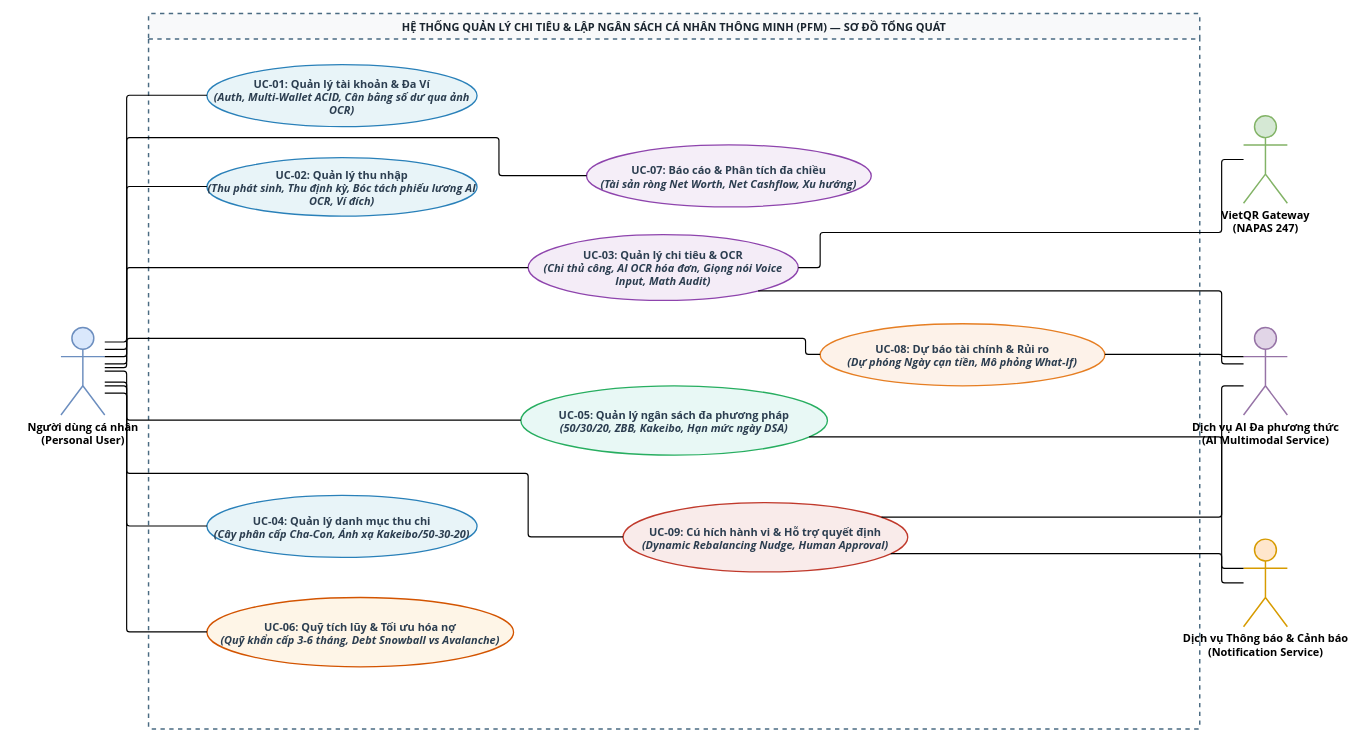
Before: page "UCD 00 - Tổng Quát" (1 of 10) of files/UCD-DuoNoPro.drawio in Datgh37/analyze-system-subject, a draw.io diagram. Source tidied: cells renumbered, new cells numbered last; positions are measured from the earlier drawing's top-left corner, leaving out a move shared by most shapes. Both pictures are drawn from the tidied source at 73%, with x=0, y=0 at pixel (61, 13).
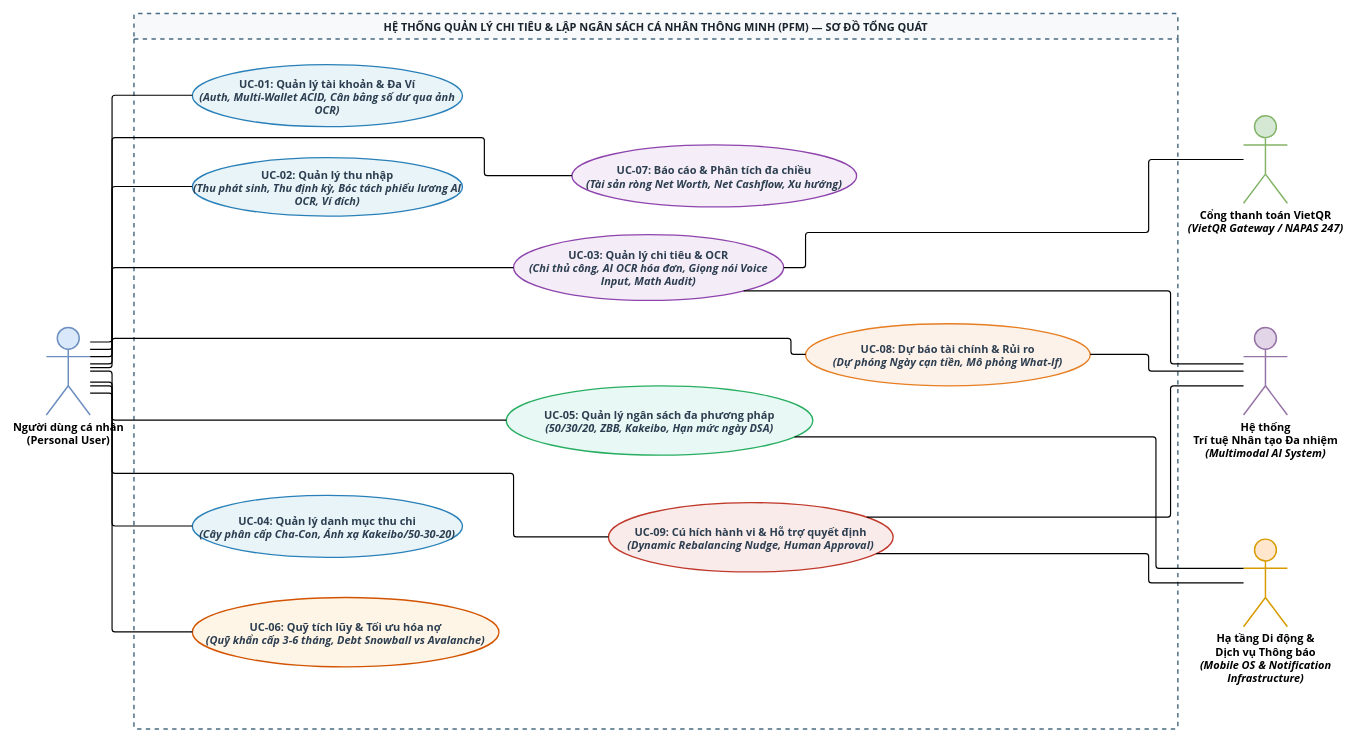
The same page after the edit.

Unchanged cells that the change refers to:
```xml
<mxCell id="6" value="&lt;b&gt;UC-01: Quản lý tài khoản &amp;amp; Đa Ví&lt;/b&gt;&lt;br&gt;&lt;i&gt;(Auth, Multi-Wallet ACID, Cân bằng số dư qua ảnh OCR)&lt;/i&gt;" style="ellipse;whiteSpace=wrap;html=1;fillColor=#e8f4f8;strokeColor=#2980b9;strokeWidth=1.8;fontFamily=Segoe UI, Arial, sans-serif;fontSize=15;fontStyle=1;fontColor=#2c3e50;" parent="5" vertex="1">
  <mxGeometry x="80" y="70" width="370" height="85" as="geometry" />
</mxCell>
<mxCell id="7" value="&lt;b&gt;UC-02: Quản lý thu nhập&lt;/b&gt;&lt;br&gt;&lt;i&gt;(Thu phát sinh, Thu định kỳ, Bóc tách phiếu lương AI OCR, Ví đích)&lt;/i&gt;" style="ellipse;whiteSpace=wrap;html=1;fillColor=#e8f4f8;strokeColor=#2980b9;strokeWidth=1.8;fontFamily=Segoe UI, Arial, sans-serif;fontSize=15;fontStyle=1;fontColor=#2c3e50;" parent="5" vertex="1">
  <mxGeometry x="80" y="197.5" width="370" height="80" as="geometry" />
</mxCell>
<mxCell id="8" value="&lt;b&gt;UC-03: Quản lý chi tiêu &amp;amp; OCR&lt;/b&gt;&lt;br&gt;&lt;i&gt;(Chi thủ công, AI OCR hóa đơn, Giọng nói Voice Input, Math Audit)&lt;/i&gt;" style="ellipse;whiteSpace=wrap;html=1;fillColor=#f4ecf7;strokeColor=#8e44ad;strokeWidth=1.8;fontFamily=Segoe UI, Arial, sans-serif;fontSize=15;fontStyle=1;fontColor=#2c3e50;" parent="5" vertex="1">
  <mxGeometry x="520" y="303" width="370" height="90" as="geometry" />
</mxCell>
<mxCell id="9" value="&lt;b&gt;UC-04: Quản lý danh mục thu chi&lt;/b&gt;&lt;br&gt;&lt;i&gt;(Cây phân cấp Cha-Con, Ánh xạ Kakeibo/50-30-20)&lt;/i&gt;" style="ellipse;whiteSpace=wrap;html=1;fillColor=#e8f4f8;strokeColor=#2980b9;strokeWidth=1.8;fontFamily=Segoe UI, Arial, sans-serif;fontSize=15;fontStyle=1;fontColor=#2c3e50;" parent="5" vertex="1">
  <mxGeometry x="80" y="660" width="370" height="85" as="geometry" />
</mxCell>
<mxCell id="10" value="&lt;b&gt;UC-06: Quỹ tích lũy &amp;amp; Tối ưu hóa nợ&lt;/b&gt;&lt;br&gt;&lt;i&gt;(Quỹ khẩn cấp 3-6 tháng, Debt Snowball vs Avalanche)&lt;/i&gt;" style="ellipse;whiteSpace=wrap;html=1;fillColor=#fef5e7;strokeColor=#d35400;strokeWidth=1.8;fontFamily=Segoe UI, Arial, sans-serif;fontSize=15;fontStyle=1;fontColor=#2c3e50;" parent="5" vertex="1">
  <mxGeometry x="80" y="800" width="420" height="95" as="geometry" />
</mxCell>
<mxCell id="11" value="&lt;b&gt;UC-07: Báo cáo &amp;amp; Phân tích đa chiều&lt;/b&gt;&lt;br&gt;&lt;i&gt;(Tài sản ròng Net Worth, Net Cashflow, Xu hướng)&lt;/i&gt;" style="ellipse;whiteSpace=wrap;html=1;fillColor=#f5eef8;strokeColor=#8e44ad;strokeWidth=1.8;fontFamily=Segoe UI, Arial, sans-serif;fontSize=15;fontStyle=1;fontColor=#2c3e50;" parent="5" vertex="1">
  <mxGeometry x="600" y="180" width="390" height="85" as="geometry" />
</mxCell>
<mxCell id="12" value="&lt;b&gt;UC-08: Dự báo tài chính &amp;amp; Rủi ro&lt;/b&gt;&lt;br&gt;&lt;i&gt;(Dự phóng Ngày cạn tiền, Mô phỏng What-If)&lt;/i&gt;" style="ellipse;whiteSpace=wrap;html=1;fillColor=#fdf2e9;strokeColor=#e67e22;strokeWidth=1.8;fontFamily=Segoe UI, Arial, sans-serif;fontSize=15;fontStyle=1;fontColor=#2c3e50;" parent="5" vertex="1">
  <mxGeometry x="920" y="425" width="390" height="85" as="geometry" />
</mxCell>
<mxCell id="13" value="&lt;b&gt;UC-09: Cú hích hành vi &amp;amp; Hỗ trợ quyết định&lt;/b&gt;&lt;br&gt;&lt;i&gt;(Dynamic Rebalancing Nudge, Human Approval)&lt;/i&gt;" style="ellipse;whiteSpace=wrap;html=1;fillColor=#f9ebea;strokeColor=#c0392b;strokeWidth=1.8;fontFamily=Segoe UI, Arial, sans-serif;fontSize=15;fontStyle=1;fontColor=#2c3e50;" parent="5" vertex="1">
  <mxGeometry x="650" y="670" width="390" height="95" as="geometry" />
</mxCell>
<mxCell id="14" value="&lt;b&gt;UC-05: Quản lý ngân sách đa phương pháp&lt;/b&gt;&lt;br&gt;&lt;i&gt;(50/30/20, ZBB, Kakeibo, Hạn mức ngày DSA)&lt;/i&gt;" style="ellipse;whiteSpace=wrap;html=1;fillColor=#e8f8f5;strokeColor=#27ae60;strokeWidth=1.8;fontFamily=Segoe UI, Arial, sans-serif;fontSize=15;fontStyle=1;fontColor=#2c3e50;" parent="5" vertex="1">
  <mxGeometry x="510" y="510" width="420" height="95" as="geometry" />
</mxCell>
```

What changed in the source:
```diff
@@
     <mxCell id="2" value="&lt;b&gt;Người dùng cá nhân&lt;/b&gt;&lt;br&gt;(Personal User)" style="shape=umlActor;verticalLabelPosition=bottom;verticalAlign=top;html=1;outlineConnect=0;fillColor=#dae8fc;strokeColor=#6c8ebf;strokeWidth=2;fontFamily=Segoe UI, Arial, sans-serif;fontSize=15;fontStyle=1;" parent="1" vertex="1">
-      <mxGeometry y="430" width="60" height="120" as="geometry" />
+      <mxGeometry x="-20" y="430" width="60" height="120" as="geometry" />
     </mxCell>
-    <mxCell id="3" value="&lt;b&gt;Dịch vụ Thông báo &amp;amp; Cảnh báo&lt;/b&gt;&lt;br&gt;(Notification Service)" style="shape=umlActor;verticalLabelPosition=bottom;verticalAlign=top;html=1;outlineConnect=0;fillColor=#ffe6cc;strokeColor=#d79b00;strokeWidth=2;fontFamily=Segoe UI, Arial, sans-serif;fontSize=15;fontStyle=1;" parent="1" vertex="1">
+    <mxCell id="3" value="&lt;b&gt;Hạ tầng Di động &amp;amp; &lt;br&gt;Dịch vụ Thông báo&lt;/b&gt;&lt;br&gt;&lt;i&gt;(Mobile OS &amp;amp; Notification &lt;br&gt;Infrastructure)&lt;/i&gt;" style="shape=umlActor;verticalLabelPosition=bottom;verticalAlign=top;html=1;outlineConnect=0;fillColor=#ffe6cc;strokeColor=#d79b00;strokeWidth=2;fontFamily=Segoe UI, Arial, sans-serif;fontSize=15;fontStyle=1;" parent="1" vertex="1">
       <mxGeometry x="1620" y="720" width="60" height="120" as="geometry" />
     </mxCell>
-    <mxCell id="4" value="&lt;b&gt;VietQR Gateway&lt;/b&gt;&lt;br&gt;(NAPAS 247)" style="shape=umlActor;verticalLabelPosition=bottom;verticalAlign=top;html=1;outlineConnect=0;fillColor=#d5e8d4;strokeColor=#82b366;strokeWidth=2;fontFamily=Segoe UI, Arial, sans-serif;fontSize=15;fontStyle=1;" parent="1" vertex="1">
+    <mxCell id="4" value="&lt;b&gt;Cổng thanh toán VietQR&lt;/b&gt;&lt;br&gt;&lt;i&gt;(VietQR Gateway / NAPAS 247)&lt;/i&gt;" style="shape=umlActor;verticalLabelPosition=bottom;verticalAlign=top;html=1;outlineConnect=0;fillColor=#d5e8d4;strokeColor=#82b366;strokeWidth=2;fontFamily=Segoe UI, Arial, sans-serif;fontSize=15;fontStyle=1;" parent="1" vertex="1">
       <mxGeometry x="1620" y="140" width="60" height="120" as="geometry" />
     </mxCell>
     <mxCell id="5" value="HỆ THỐNG QUẢN LÝ CHI TIÊU &amp;amp; LẬP NGÂN SÁCH CÁ NHÂN THÔNG MINH (PFM) — SƠ ĐỒ TỔNG QUÁT" style="swimlane;whiteSpace=wrap;html=1;rounded=1;arcSize=3;fontFamily=Segoe UI, Arial, sans-serif;fontSize=15;fontStyle=1;startSize=35;fillColor=#f8f9fa;fontColor=#1a252f;strokeColor=#4a6b82;strokeWidth=2;dashed=1;" parent="1" vertex="1">
-      <mxGeometry x="120" width="1440" height="980" as="geometry" />
+      <mxGeometry x="100" width="1430" height="980" as="geometry" />
     </mxCell>
@@
-    <mxCell id="15" value="&lt;b&gt;Dịch vụ AI Đa phương thức&lt;/b&gt;&lt;br&gt;(AI Multimodal Service)" style="shape=umlActor;verticalLabelPosition=bottom;verticalAlign=top;html=1;outlineConnect=0;fillColor=#e1d5e7;strokeColor=#9673a6;strokeWidth=2;fontFamily=Segoe UI, Arial, sans-serif;fontSize=15;fontStyle=1;" parent="1" vertex="1">
+    <mxCell id="15" value="&lt;b&gt;Hệ thống &lt;br&gt;Trí tuệ Nhân tạo Đa nhiệm&lt;/b&gt;&lt;br&gt;&lt;i&gt;(Multimodal AI System)&lt;/i&gt;" style="shape=umlActor;verticalLabelPosition=bottom;verticalAlign=top;html=1;outlineConnect=0;fillColor=#e1d5e7;strokeColor=#9673a6;strokeWidth=2;fontFamily=Segoe UI, Arial, sans-serif;fontSize=15;fontStyle=1;" parent="1" vertex="1">
       <mxGeometry x="1620" y="430" width="60" height="120" as="geometry" />
     </mxCell>
     <mxCell id="16" style="endArrow=none;html=1;strokeWidth=1.6;rounded=1;arcSize=8;strokeColor=#000000;edgeStyle=orthogonalEdgeStyle;fontSize=15;" parent="1" edge="1" source="2" target="6">
       <mxGeometry relative="1" as="geometry">
         <Array as="points">
-          <mxPoint x="90" y="460" />
-          <mxPoint x="90" y="112" />
+          <mxPoint x="70" y="460" />
+          <mxPoint x="70" y="112" />
         </Array>
       </mxGeometry>
     </mxCell>
     <mxCell id="17" style="endArrow=none;html=1;strokeWidth=1.6;rounded=1;arcSize=8;strokeColor=#000000;edgeStyle=orthogonalEdgeStyle;fontSize=15;" parent="1" edge="1" source="2" target="7">
       <mxGeometry relative="1" as="geometry">
         <Array as="points">
-          <mxPoint x="90" y="470" />
-          <mxPoint x="90" y="237" />
+          <mxPoint x="70" y="470" />
+          <mxPoint x="70" y="237" />
         </Array>
       </mxGeometry>
     </mxCell>
     <mxCell id="18" style="endArrow=none;html=1;strokeWidth=1.6;rounded=1;arcSize=8;strokeColor=#000000;edgeStyle=orthogonalEdgeStyle;fontSize=15;" parent="1" edge="1" source="2" target="9">
       <mxGeometry relative="1" as="geometry">
         <Array as="points">
-          <mxPoint x="90" y="510" />
-          <mxPoint x="90" y="702" />
+          <mxPoint x="70" y="510" />
+          <mxPoint x="70" y="702" />
         </Array>
       </mxGeometry>
     </mxCell>
     <mxCell id="19" style="endArrow=none;html=1;strokeWidth=1.6;rounded=1;arcSize=8;strokeColor=#000000;edgeStyle=orthogonalEdgeStyle;fontSize=15;" parent="1" edge="1" source="2" target="10">
       <mxGeometry relative="1" as="geometry">
         <Array as="points">
-          <mxPoint x="90" y="520" />
-          <mxPoint x="90" y="847" />
+          <mxPoint x="70" y="520" />
+          <mxPoint x="70" y="847" />
         </Array>
       </mxGeometry>
     </mxCell>
     <mxCell id="20" style="endArrow=none;html=1;strokeWidth=1.6;rounded=1;arcSize=8;strokeColor=#000000;edgeStyle=orthogonalEdgeStyle;fontSize=15;" parent="1" edge="1" source="2" target="8">
       <mxGeometry relative="1" as="geometry">
         <Array as="points">
-          <mxPoint x="90" y="480" />
-          <mxPoint x="90" y="348" />
+          <mxPoint x="70" y="480" />
+          <mxPoint x="70" y="348" />
         </Array>
       </mxGeometry>
     </mxCell>
     <mxCell id="21" style="endArrow=none;html=1;strokeWidth=1.6;rounded=1;arcSize=8;strokeColor=#000000;edgeStyle=orthogonalEdgeStyle;fontSize=15;" parent="1" edge="1" source="2" target="14">
       <mxGeometry relative="1" as="geometry">
         <Array as="points">
-          <mxPoint x="90" y="490" />
-          <mxPoint x="90" y="557" />
+          <mxPoint x="70" y="490" />
+          <mxPoint x="70" y="557" />
         </Array>
       </mxGeometry>
     </mxCell>
     <mxCell id="22" style="endArrow=none;html=1;strokeWidth=1.6;rounded=1;arcSize=8;strokeColor=#000000;edgeStyle=orthogonalEdgeStyle;fontSize=15;" parent="1" edge="1" source="2" target="11">
       <mxGeometry relative="1" as="geometry">
         <Array as="points">
-          <mxPoint x="90" y="450" />
-          <mxPoint x="90" y="170" />
-          <mxPoint x="600" y="170" />
-          <mxPoint x="600" y="222" />
+          <mxPoint x="70" y="450" />
+          <mxPoint x="70" y="170" />
+          <mxPoint x="580" y="170" />
+          <mxPoint x="580" y="222" />
         </Array>
       </mxGeometry>
     </mxCell>
     <mxCell id="23" style="endArrow=none;html=1;strokeWidth=1.6;rounded=1;arcSize=8;strokeColor=#000000;edgeStyle=orthogonalEdgeStyle;fontSize=15;" parent="1" edge="1" source="2" target="12">
       <mxGeometry relative="1" as="geometry">
         <Array as="points">
-          <mxPoint x="90" y="485" />
-          <mxPoint x="90" y="445" />
-          <mxPoint x="1020" y="445" />
-          <mxPoint x="1020" y="467" />
+          <mxPoint x="70" y="485" />
+          <mxPoint x="70" y="445" />
+          <mxPoint x="1000" y="445" />
+          <mxPoint x="1000" y="467" />
         </Array>
       </mxGeometry>
     </mxCell>
     <mxCell id="24" style="endArrow=none;html=1;strokeWidth=1.6;rounded=1;arcSize=8;strokeColor=#000000;edgeStyle=orthogonalEdgeStyle;fontSize=15;" parent="1" edge="1" source="2" target="13">
       <mxGeometry relative="1" as="geometry">
         <Array as="points">
-          <mxPoint x="90" y="505" />
-          <mxPoint x="90" y="630" />
-          <mxPoint x="640" y="630" />
-          <mxPoint x="640" y="717" />
+          <mxPoint x="70" y="505" />
+          <mxPoint x="70" y="630" />
+          <mxPoint x="620" y="630" />
+          <mxPoint x="620" y="717" />
         </Array>
       </mxGeometry>
     </mxCell>
     <mxCell id="25" style="endArrow=none;html=1;strokeWidth=1.6;rounded=1;arcSize=8;strokeColor=#000000;edgeStyle=orthogonalEdgeStyle;fontSize=15;" parent="1" edge="1" source="4" target="8">
       <mxGeometry relative="1" as="geometry">
         <Array as="points">
-          <mxPoint x="1590" y="200" />
-          <mxPoint x="1590" y="300" />
-          <mxPoint x="1040" y="300" />
-          <mxPoint x="1040" y="348" />
+          <mxPoint x="1490" y="200" />
+          <mxPoint x="1490" y="300" />
+          <mxPoint x="1020" y="300" />
+          <mxPoint x="1020" y="348" />
         </Array>
       </mxGeometry>
     </mxCell>
     <mxCell id="26" style="endArrow=none;html=1;strokeWidth=1.6;rounded=1;arcSize=8;strokeColor=#000000;edgeStyle=orthogonalEdgeStyle;fontSize=15;" parent="1" edge="1" source="15" target="12">
-      <mxGeometry relative="1" as="geometry">
+      <mxGeometry x="0.01" relative="1" as="geometry">
         <Array as="points">
-          <mxPoint x="1590" y="470" />
-          <mxPoint x="1430" y="467" />
+          <mxPoint x="1490" y="490" />
+          <mxPoint x="1490" y="467" />
         </Array>
       </mxGeometry>
     </mxCell>
     <mxCell id="27" style="endArrow=none;html=1;strokeWidth=1.6;rounded=1;arcSize=8;strokeColor=#000000;edgeStyle=orthogonalEdgeStyle;fontSize=15;" parent="1" edge="1" source="15" target="8">
       <mxGeometry relative="1" as="geometry">
         <Array as="points">
-          <mxPoint x="1590" y="480" />
-          <mxPoint x="1590" y="380" />
-          <mxPoint x="1010" y="380" />
+          <mxPoint x="1520" y="480" />
+          <mxPoint x="1520" y="380" />
         </Array>
       </mxGeometry>
     </mxCell>
     <mxCell id="28" style="endArrow=none;html=1;strokeWidth=1.6;rounded=1;arcSize=8;strokeColor=#000000;edgeStyle=orthogonalEdgeStyle;fontSize=15;" parent="1" edge="1" source="15" target="13">
       <mxGeometry relative="1" as="geometry">
         <Array as="points">
-          <mxPoint x="1590" y="510" />
-          <mxPoint x="1590" y="690" />
-          <mxPoint x="1160" y="690" />
+          <mxPoint x="1520" y="510" />
+          <mxPoint x="1520" y="690" />
         </Array>
       </mxGeometry>
     </mxCell>
     <mxCell id="29" style="endArrow=none;html=1;strokeWidth=1.6;rounded=1;arcSize=8;strokeColor=#000000;edgeStyle=orthogonalEdgeStyle;fontSize=15;" parent="1" edge="1" source="3" target="14">
       <mxGeometry relative="1" as="geometry">
         <Array as="points">
-          <mxPoint x="1590" y="760" />
-          <mxPoint x="1590" y="580" />
-          <mxPoint x="1050" y="580" />
+          <mxPoint x="1500" y="760" />
+          <mxPoint x="1500" y="580" />
         </Array>
       </mxGeometry>
     </mxCell>
     <mxCell id="30" style="endArrow=none;html=1;strokeWidth=1.6;rounded=1;arcSize=8;strokeColor=#000000;edgeStyle=orthogonalEdgeStyle;fontSize=15;" parent="1" edge="1" source="3" target="13">
       <mxGeometry relative="1" as="geometry">
         <Array as="points">
-          <mxPoint x="1590" y="780" />
-          <mxPoint x="1160" y="740" />
+          <mxPoint x="1490" y="780" />
+          <mxPoint x="1490" y="740" />
         </Array>
       </mxGeometry>
     </mxCell>
```
